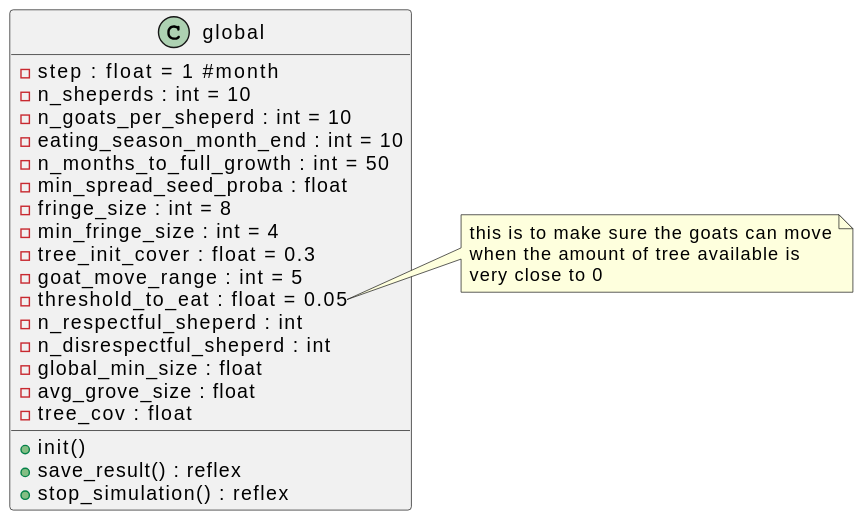
Above: report/images/fig-global-class.svg in truonghm/gama_sim (PlantUML), before the change.
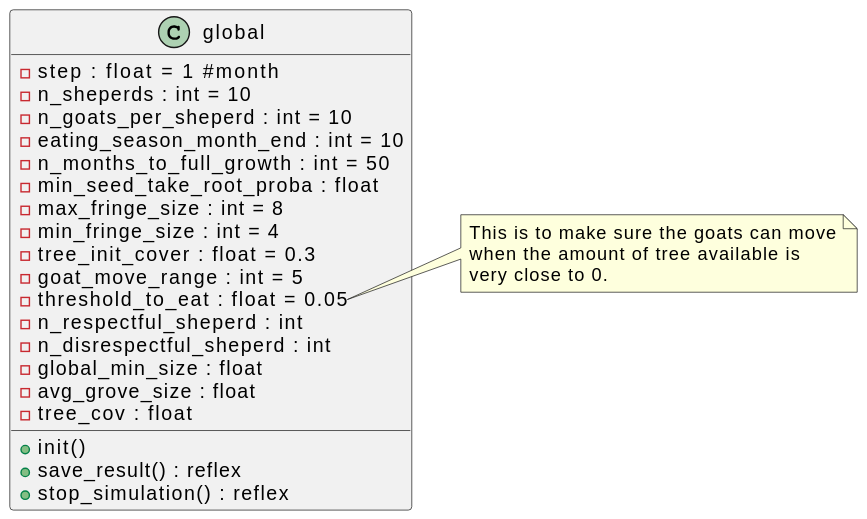
The same diagram one commit later.

The edit, as a diff of the source:
```diff
@@ -5,8 +5,8 @@
     - n_goats_per_sheperd : int = 10
     - eating_season_month_end : int = 10
     - n_months_to_full_growth : int = 50
-    - min_spread_seed_proba : float
-    - fringe_size : int = 8
+    - min_seed_take_root_proba : float
+    - max_fringe_size : int = 8
     - min_fringe_size : int = 4
     - tree_init_cover : float = 0.3
     - goat_move_range : int = 5
@@ -23,8 +23,8 @@
 }
 
 note right of global::threshold_to_eat
-  this is to make sure the goats can move
+  This is to make sure the goats can move
   when the amount of tree available is
-  very close to 0
+  very close to 0.
 end note
 @enduml
```
